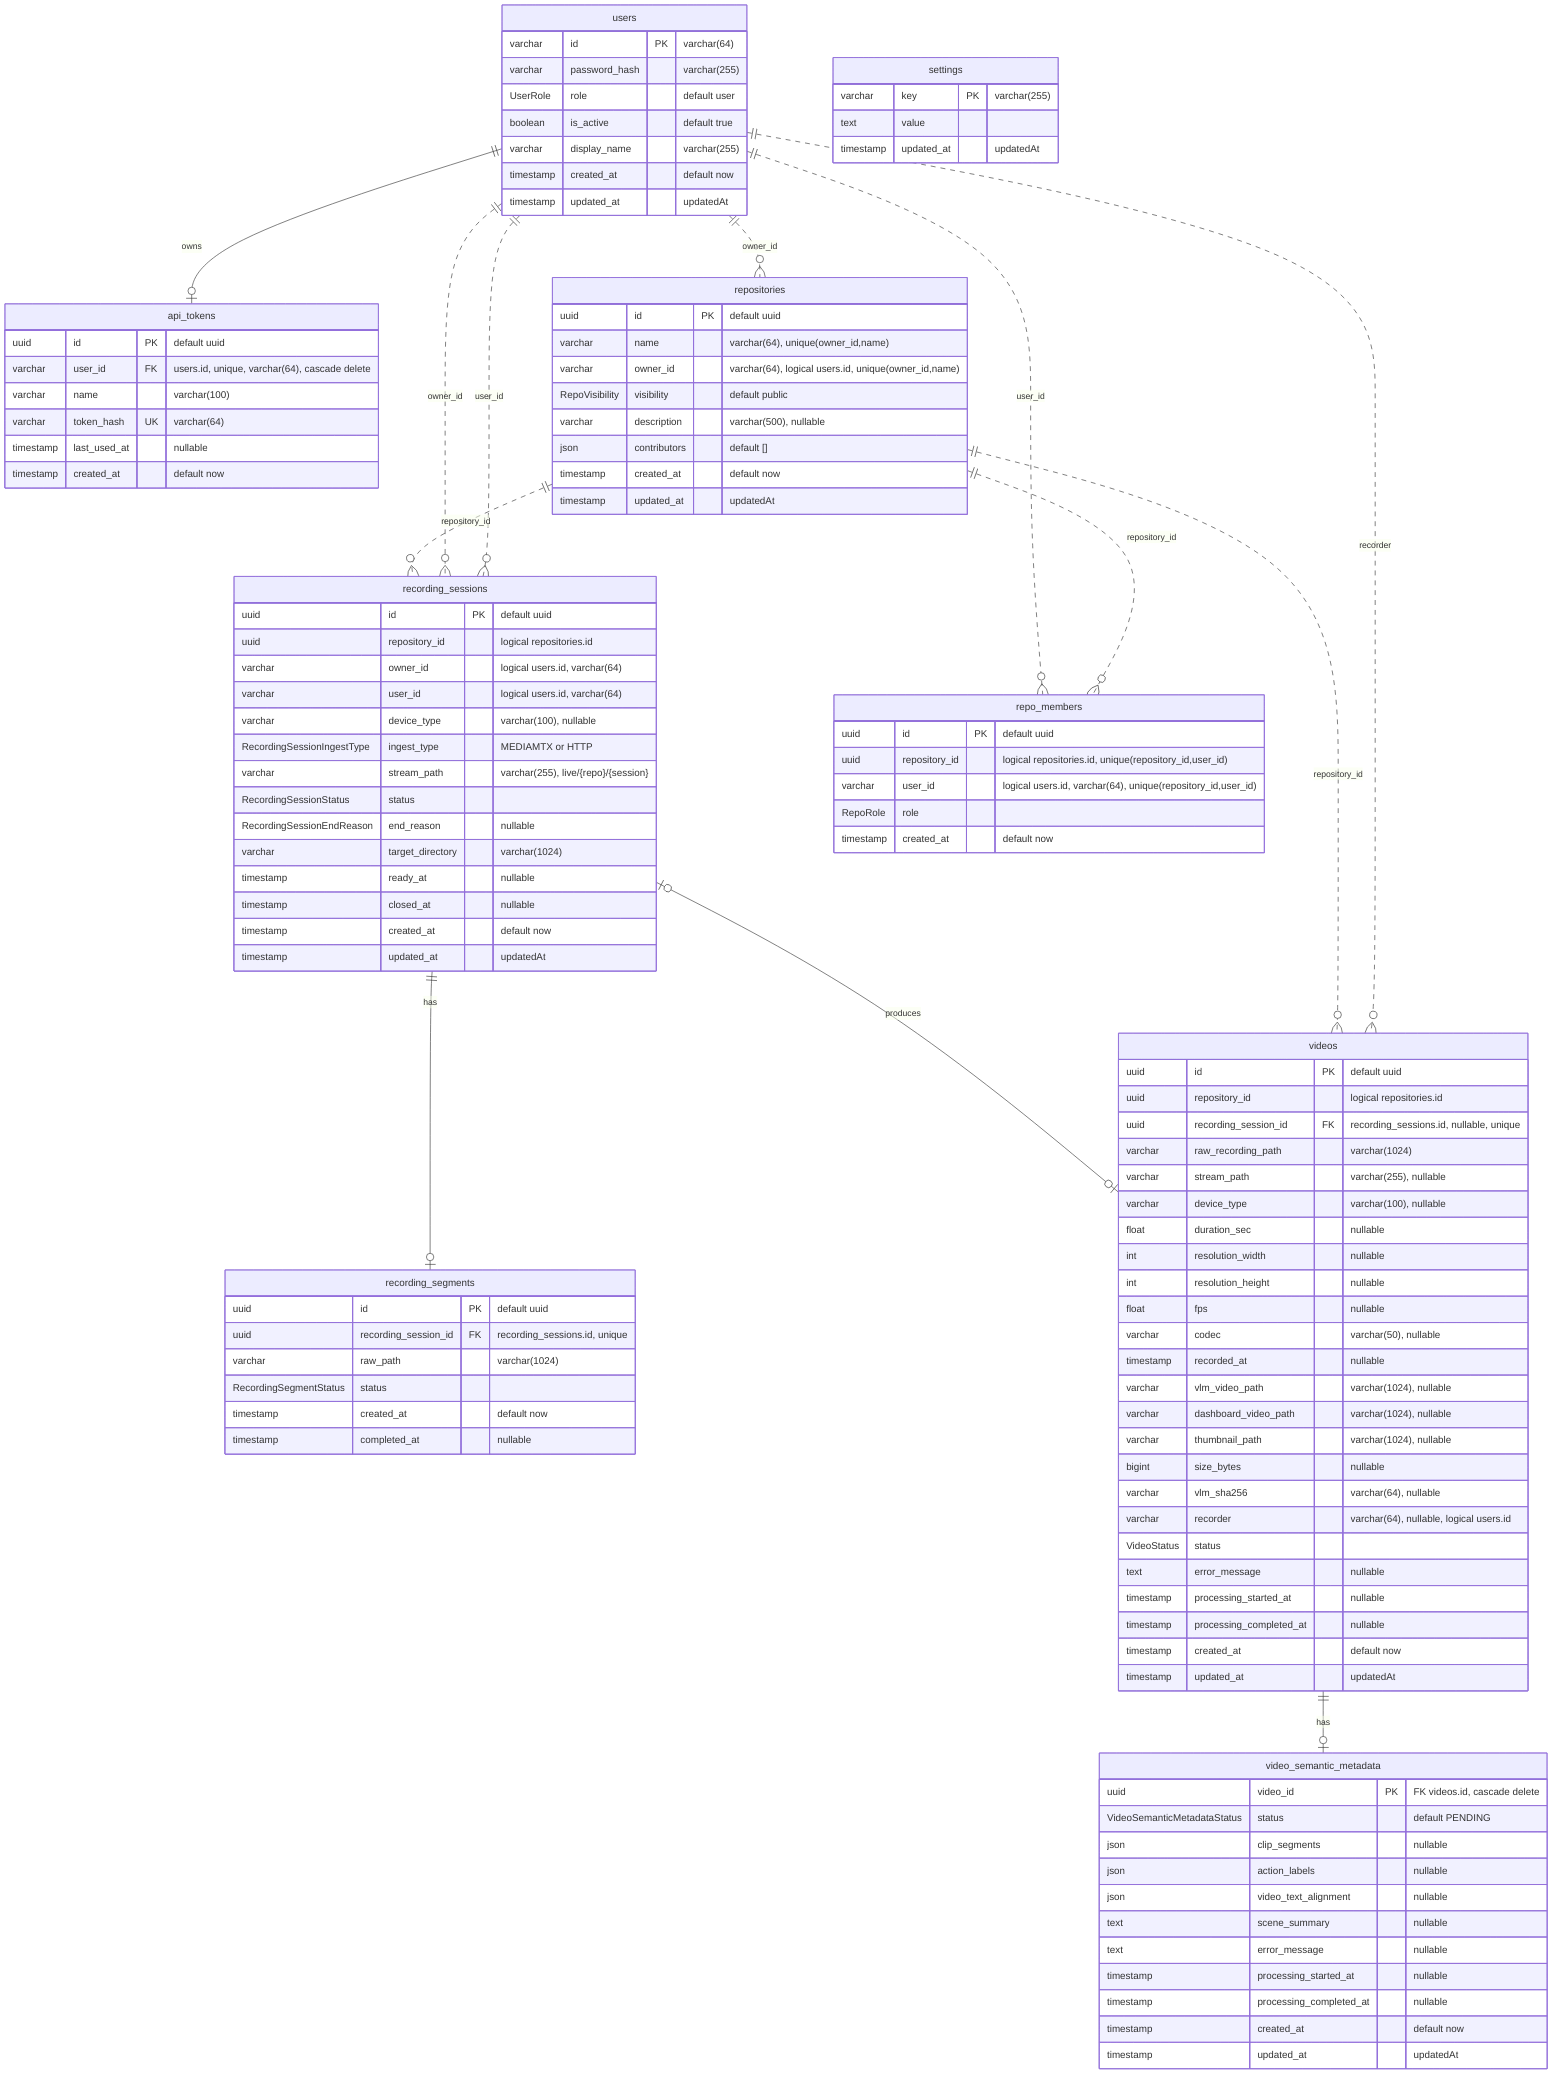
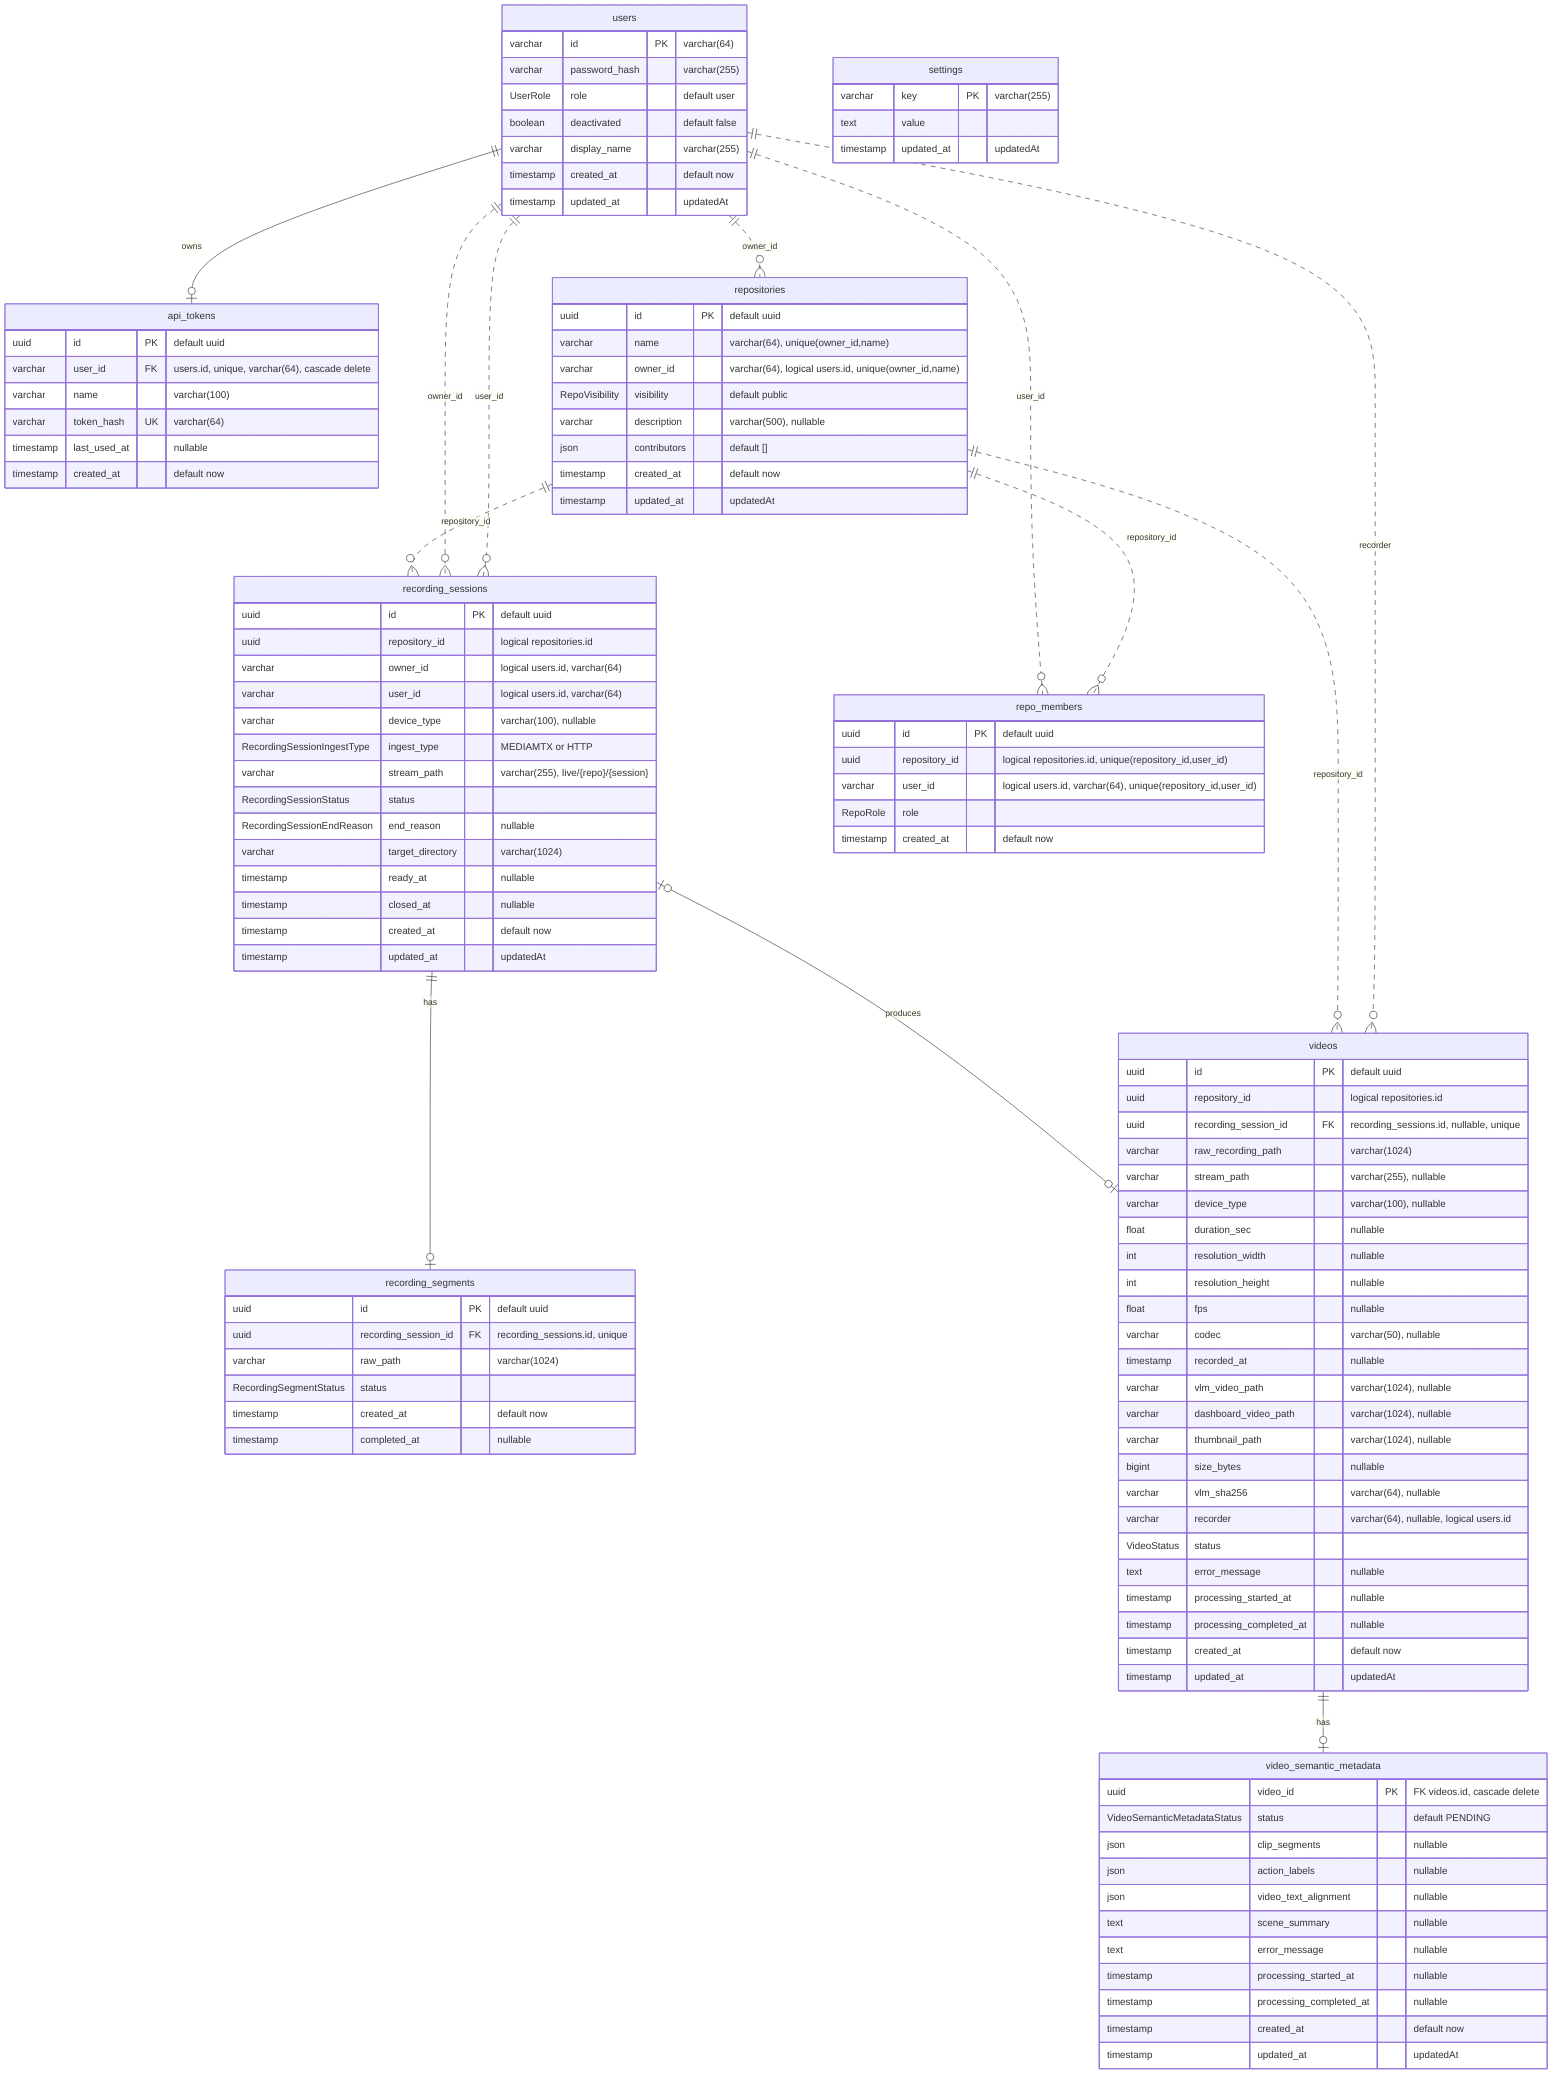
erDiagram
  %% Source of truth: backend/prisma/schema.prisma
  %% Solid lines are Prisma-declared relations that create DB-level references.
  %% Dotted lines are logical references stored as id fields without Prisma @relation.

  users ||--o| api_tokens : owns
  recording_sessions ||--o| recording_segments : has
  recording_sessions |o--o| videos : produces
  videos ||--o| video_semantic_metadata : has

  users ||..o{ repositories : owner_id
  users ||..o{ repo_members : user_id
  repositories ||..o{ repo_members : repository_id
  repositories ||..o{ recording_sessions : repository_id
  users ||..o{ recording_sessions : owner_id
  users ||..o{ recording_sessions : user_id
  repositories ||..o{ videos : repository_id
  users ||..o{ videos : recorder

  users {
    varchar id PK "varchar(64)"
    varchar password_hash "varchar(255)"
    UserRole role "default user"
-     boolean is_active "default true"
+     boolean deactivated "default false"
    varchar display_name "varchar(255)"
    timestamp created_at "default now"
    timestamp updated_at "updatedAt"
  }

  api_tokens {
    uuid id PK "default uuid"
    varchar user_id FK "users.id, unique, varchar(64), cascade delete"
    varchar name "varchar(100)"
    varchar token_hash UK "varchar(64)"
    timestamp last_used_at "nullable"
    timestamp created_at "default now"
  }

  settings {
    varchar key PK "varchar(255)"
    text value
    timestamp updated_at "updatedAt"
  }

  repositories {
    uuid id PK "default uuid"
    varchar name "varchar(64), unique(owner_id,name)"
    varchar owner_id "varchar(64), logical users.id, unique(owner_id,name)"
    RepoVisibility visibility "default public"
    varchar description "varchar(500), nullable"
    json contributors "default []"
    timestamp created_at "default now"
    timestamp updated_at "updatedAt"
  }

  repo_members {
    uuid id PK "default uuid"
    uuid repository_id "logical repositories.id, unique(repository_id,user_id)"
    varchar user_id "logical users.id, varchar(64), unique(repository_id,user_id)"
    RepoRole role
    timestamp created_at "default now"
  }

  recording_sessions {
    uuid id PK "default uuid"
    uuid repository_id "logical repositories.id"
    varchar owner_id "logical users.id, varchar(64)"
    varchar user_id "logical users.id, varchar(64)"
    varchar device_type "varchar(100), nullable"
    RecordingSessionIngestType ingest_type "MEDIAMTX or HTTP"
    varchar stream_path "varchar(255), live/{repo}/{session}"
    RecordingSessionStatus status
    RecordingSessionEndReason end_reason "nullable"
    varchar target_directory "varchar(1024)"
    timestamp ready_at "nullable"
    timestamp closed_at "nullable"
    timestamp created_at "default now"
    timestamp updated_at "updatedAt"
  }

  recording_segments {
    uuid id PK "default uuid"
    uuid recording_session_id FK "recording_sessions.id, unique"
    varchar raw_path "varchar(1024)"
    RecordingSegmentStatus status
    timestamp created_at "default now"
    timestamp completed_at "nullable"
  }

  videos {
    uuid id PK "default uuid"
    uuid repository_id "logical repositories.id"
    uuid recording_session_id FK "recording_sessions.id, nullable, unique"
    varchar raw_recording_path "varchar(1024)"
    varchar stream_path "varchar(255), nullable"
    varchar device_type "varchar(100), nullable"
    float duration_sec "nullable"
    int resolution_width "nullable"
    int resolution_height "nullable"
    float fps "nullable"
    varchar codec "varchar(50), nullable"
    timestamp recorded_at "nullable"
    varchar vlm_video_path "varchar(1024), nullable"
    varchar dashboard_video_path "varchar(1024), nullable"
    varchar thumbnail_path "varchar(1024), nullable"
    bigint size_bytes "nullable"
    varchar vlm_sha256 "varchar(64), nullable"
    varchar recorder "varchar(64), nullable, logical users.id"
    VideoStatus status
    text error_message "nullable"
    timestamp processing_started_at "nullable"
    timestamp processing_completed_at "nullable"
    timestamp created_at "default now"
    timestamp updated_at "updatedAt"
  }

  video_semantic_metadata {
    uuid video_id PK "FK videos.id, cascade delete"
    VideoSemanticMetadataStatus status "default PENDING"
    json clip_segments "nullable"
    json action_labels "nullable"
    json video_text_alignment "nullable"
    text scene_summary "nullable"
    text error_message "nullable"
    timestamp processing_started_at "nullable"
    timestamp processing_completed_at "nullable"
    timestamp created_at "default now"
    timestamp updated_at "updatedAt"
  }

  %% Enums:
  %% UserRole: admin, user
  %% RepoVisibility: public, private
  %% RepoRole: read, maintain, admin
  %% VideoStatus: COMPLETED, FAILED
  %% VideoSemanticMetadataStatus: PENDING, PROCESSING, COMPLETED, FAILED
  %% RecordingSessionStatus: PENDING, STREAMING, CLOSED
  %% RecordingSessionIngestType: MEDIAMTX, HTTP
  %% RecordingSessionEndReason:
  %%   NORMAL_DISCONNECT, UNEXPECTED_DISCONNECT, ACCESS_FORBIDDEN,
  %%   REPOSITORY_DELETED, INTERNAL_ERROR
  %% RecordingSegmentStatus: WRITING, WRITE_DONE, PROCESSING, COMPLETED, FAILED

  %% Unique constraints:
  %% api_tokens.user_id
  %% api_tokens.token_hash
  %% repositories(owner_id, name)
  %% repo_members(repository_id, user_id)
  %% recording_segments.recording_session_id
  %% videos.recording_session_id

  %% Indexes:
  %% repositories.owner_id -> idx_repos_owner_id
  %% repositories.visibility -> idx_repos_visibility
  %% repo_members.repository_id -> idx_repo_members_repo_id
  %% repo_members.user_id -> idx_repo_members_user_id
  %% recording_sessions(repository_id, status) -> idx_recording_sessions_repo_status
  %% recording_sessions(user_id, created_at) -> idx_recording_sessions_user_created_at
  %% recording_segments.status -> idx_recording_segments_status
  %% videos.status
  %% videos.repository_id -> idx_videos_repository_id
  %% videos.recorded_at -> idx_videos_recorded_at
  %% videos.recorder -> idx_videos_recorder
  %% videos.recording_session_id -> idx_videos_recording_session_id
  %% video_semantic_metadata.status -> idx_video_semantic_metadata_status
